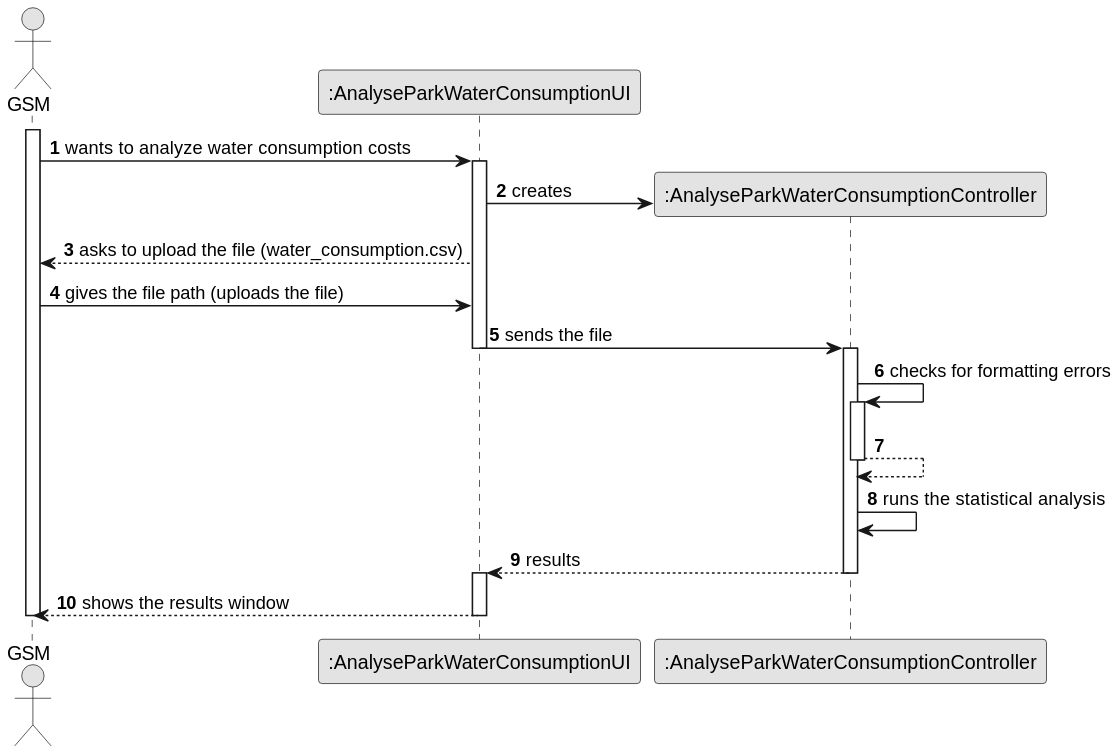
The PlantUML diagram docs/sprintB/us009/03.design/svg/us009-sequence-diagram-full.svg in ricardomm7/leaflink, before a commit.
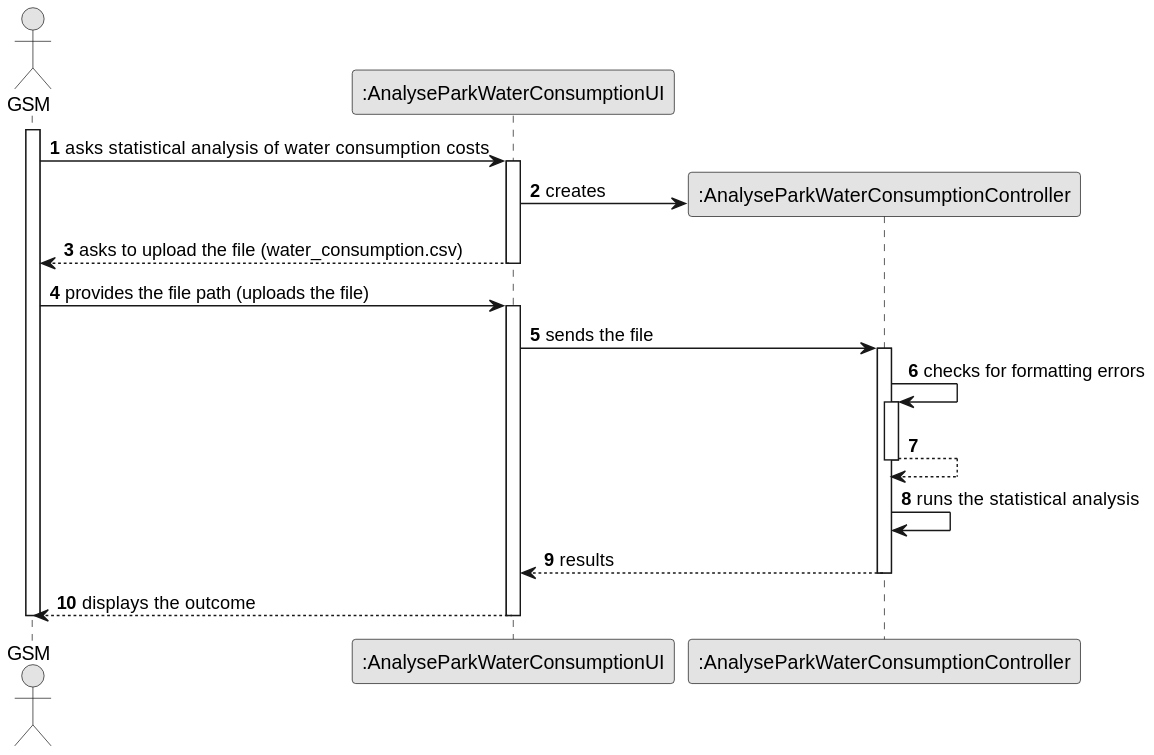
Later version of the same file.

Diff of the diagram source:
```diff
@@ -10,13 +10,17 @@
 participant ":AnalyseParkWaterConsumptionController" as CTRL
 
 activate GSM
-GSM -> UI : wants to analyze water consumption costs
+
+GSM -> UI : asks statistical analysis of water consumption costs
 activate UI
+
 UI -> CTRL** : creates
 UI --> GSM : asks to upload the file (water_consumption.csv)
-GSM -> UI : gives the file path (uploads the file)
+deactivate UI
+GSM -> UI : provides the file path (uploads the file)
+activate UI
 UI -> CTRL : sends the file
-deactivate UI
+
 activate CTRL
 CTRL -> CTRL : checks for formatting errors
 activate CTRL
@@ -25,8 +29,7 @@
 CTRL -> CTRL : runs the statistical analysis
 CTRL --> UI : results
 deactivate CTRL
-activate UI
-UI --> GSM : shows the results window
+UI --> GSM : displays the outcome
 deactivate UI
 deactivate GSM
 @enduml
```
